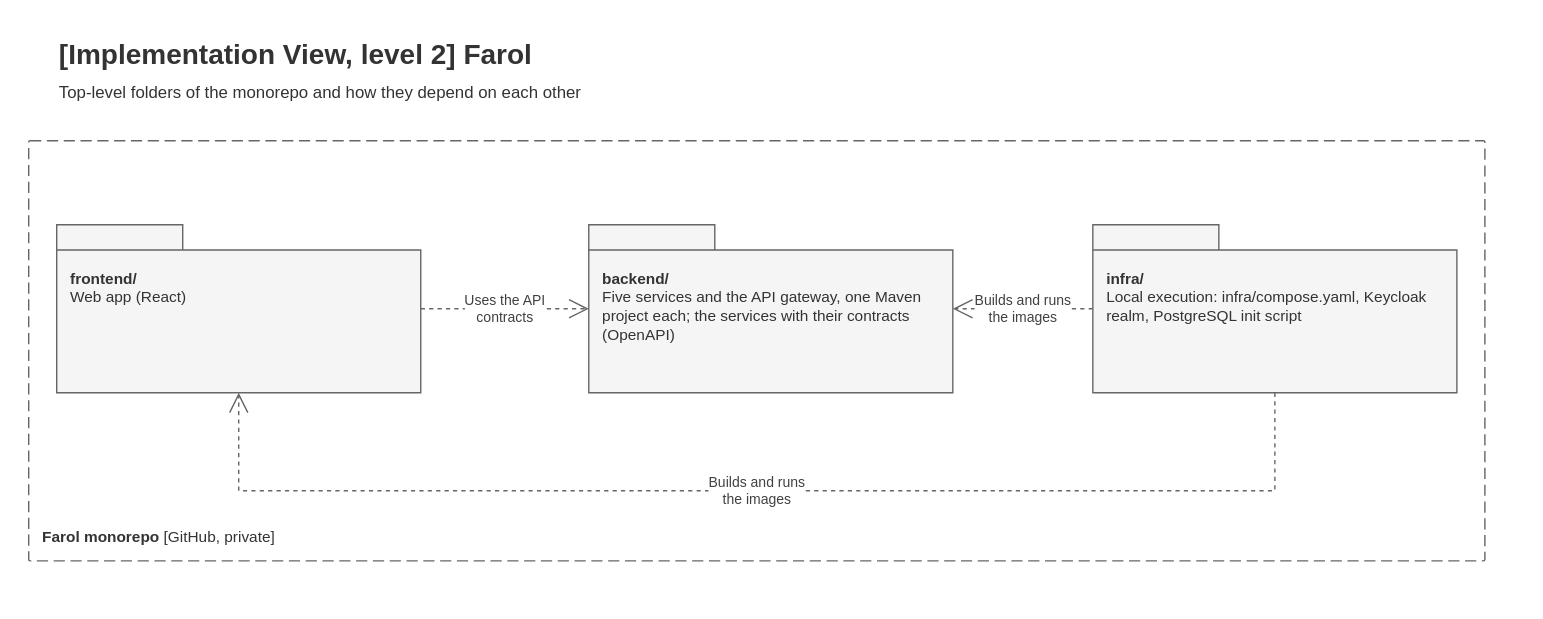
Earlier version of the draw.io export Docs/Technical/diagrams/implementation-view-level-2.drawio.svg (tomasoliveira21/LABDSOF). Source tidied: cells renumbered, new cells last; positions are measured from the earlier drawing's top-left corner, leaving out a move shared by most shapes.
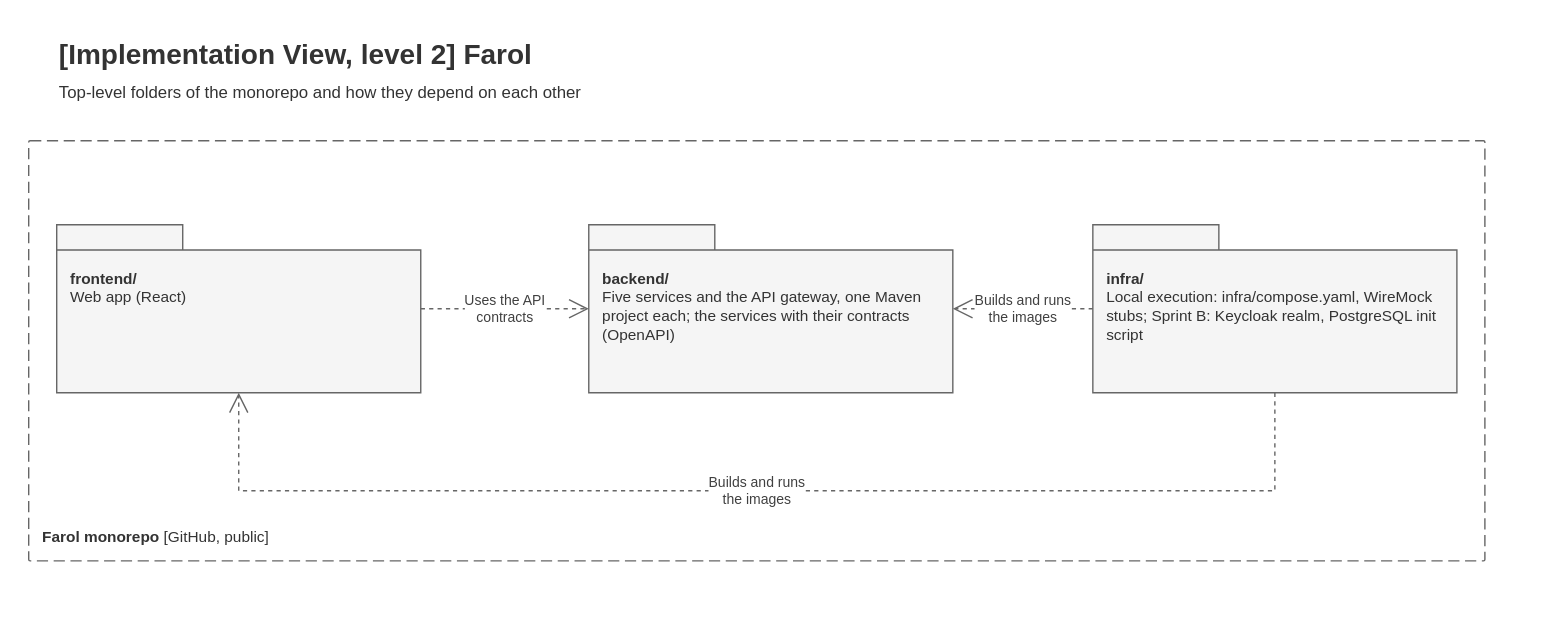
After the change.

Change to the diagram source:
```diff
@@ -5,7 +5,7 @@
     <mxCell id="2" value="&lt;b&gt;[Implementation View, level 2] Farol&lt;/b&gt;&lt;br&gt;&lt;font style=&quot;font-size:12px&quot;&gt;Top-level folders of the monorepo and how they depend on each other&lt;/font&gt;" style="text;html=1;align=left;verticalAlign=top;fontSize=20;fontColor=#333333;" parent="1" vertex="1">
       <mxGeometry x="20" width="1000" height="60" as="geometry" />
     </mxCell>
-    <mxCell id="3" value="&lt;b&gt;Farol monorepo&lt;/b&gt; [GitHub, private]" style="rounded=1;arcSize=2;absoluteArcSize=1;whiteSpace=wrap;html=1;dashed=1;dashPattern=8 4;fillColor=none;strokeColor=#666666;fontColor=#333333;align=left;verticalAlign=bottom;spacing=10;fontSize=11;" parent="1" vertex="1">
+    <mxCell id="3" value="&lt;b&gt;Farol monorepo&lt;/b&gt; [GitHub, public]" style="rounded=1;arcSize=2;absoluteArcSize=1;whiteSpace=wrap;html=1;dashed=1;dashPattern=8 4;fillColor=none;strokeColor=#666666;fontColor=#333333;align=left;verticalAlign=bottom;spacing=10;fontSize=11;" parent="1" vertex="1">
       <mxGeometry y="80" width="1040" height="300" as="geometry" />
     </mxCell>
     <mxCell id="4" value="&lt;b&gt;frontend/&lt;/b&gt;&lt;br&gt;Web app (React)" style="shape=folder;tabWidth=90;tabHeight=18;tabPosition=left;whiteSpace=wrap;html=1;fillColor=#f5f5f5;strokeColor=#666666;fontColor=#333333;verticalAlign=top;align=left;spacing=10;spacingTop=18;fontSize=11;" parent="1" vertex="1">
@@ -14,7 +14,7 @@
     <mxCell id="5" value="&lt;b&gt;backend/&lt;/b&gt;&lt;br&gt;Five services and the API gateway, one Maven project each; the services with their contracts (OpenAPI)" style="shape=folder;tabWidth=90;tabHeight=18;tabPosition=left;whiteSpace=wrap;html=1;fillColor=#f5f5f5;strokeColor=#666666;fontColor=#333333;verticalAlign=top;align=left;spacing=10;spacingTop=18;fontSize=11;" parent="1" vertex="1">
       <mxGeometry x="400" y="140" width="260" height="120" as="geometry" />
     </mxCell>
-    <mxCell id="6" value="&lt;b&gt;infra/&lt;/b&gt;&lt;br&gt;Local execution: infra/compose.yaml, Keycloak realm, PostgreSQL init script" style="shape=folder;tabWidth=90;tabHeight=18;tabPosition=left;whiteSpace=wrap;html=1;fillColor=#f5f5f5;strokeColor=#666666;fontColor=#333333;verticalAlign=top;align=left;spacing=10;spacingTop=18;fontSize=11;" parent="1" vertex="1">
+    <mxCell id="6" value="&lt;b&gt;infra/&lt;/b&gt;&lt;br&gt;Local execution: infra/compose.yaml, WireMock stubs; Sprint B: Keycloak realm, PostgreSQL init script" style="shape=folder;tabWidth=90;tabHeight=18;tabPosition=left;whiteSpace=wrap;html=1;fillColor=#f5f5f5;strokeColor=#666666;fontColor=#333333;verticalAlign=top;align=left;spacing=10;spacingTop=18;fontSize=11;" parent="1" vertex="1">
       <mxGeometry x="760" y="140" width="260" height="120" as="geometry" />
     </mxCell>
     <mxCell id="7" value="Uses the API&lt;br&gt;contracts" style="endArrow=open;dashed=1;html=1;fontSize=10;fontColor=#404040;strokeColor=#666666;endSize=12;rounded=0;labelBackgroundColor=#ffffff;" parent="1" edge="1" source="4" target="5">
```
